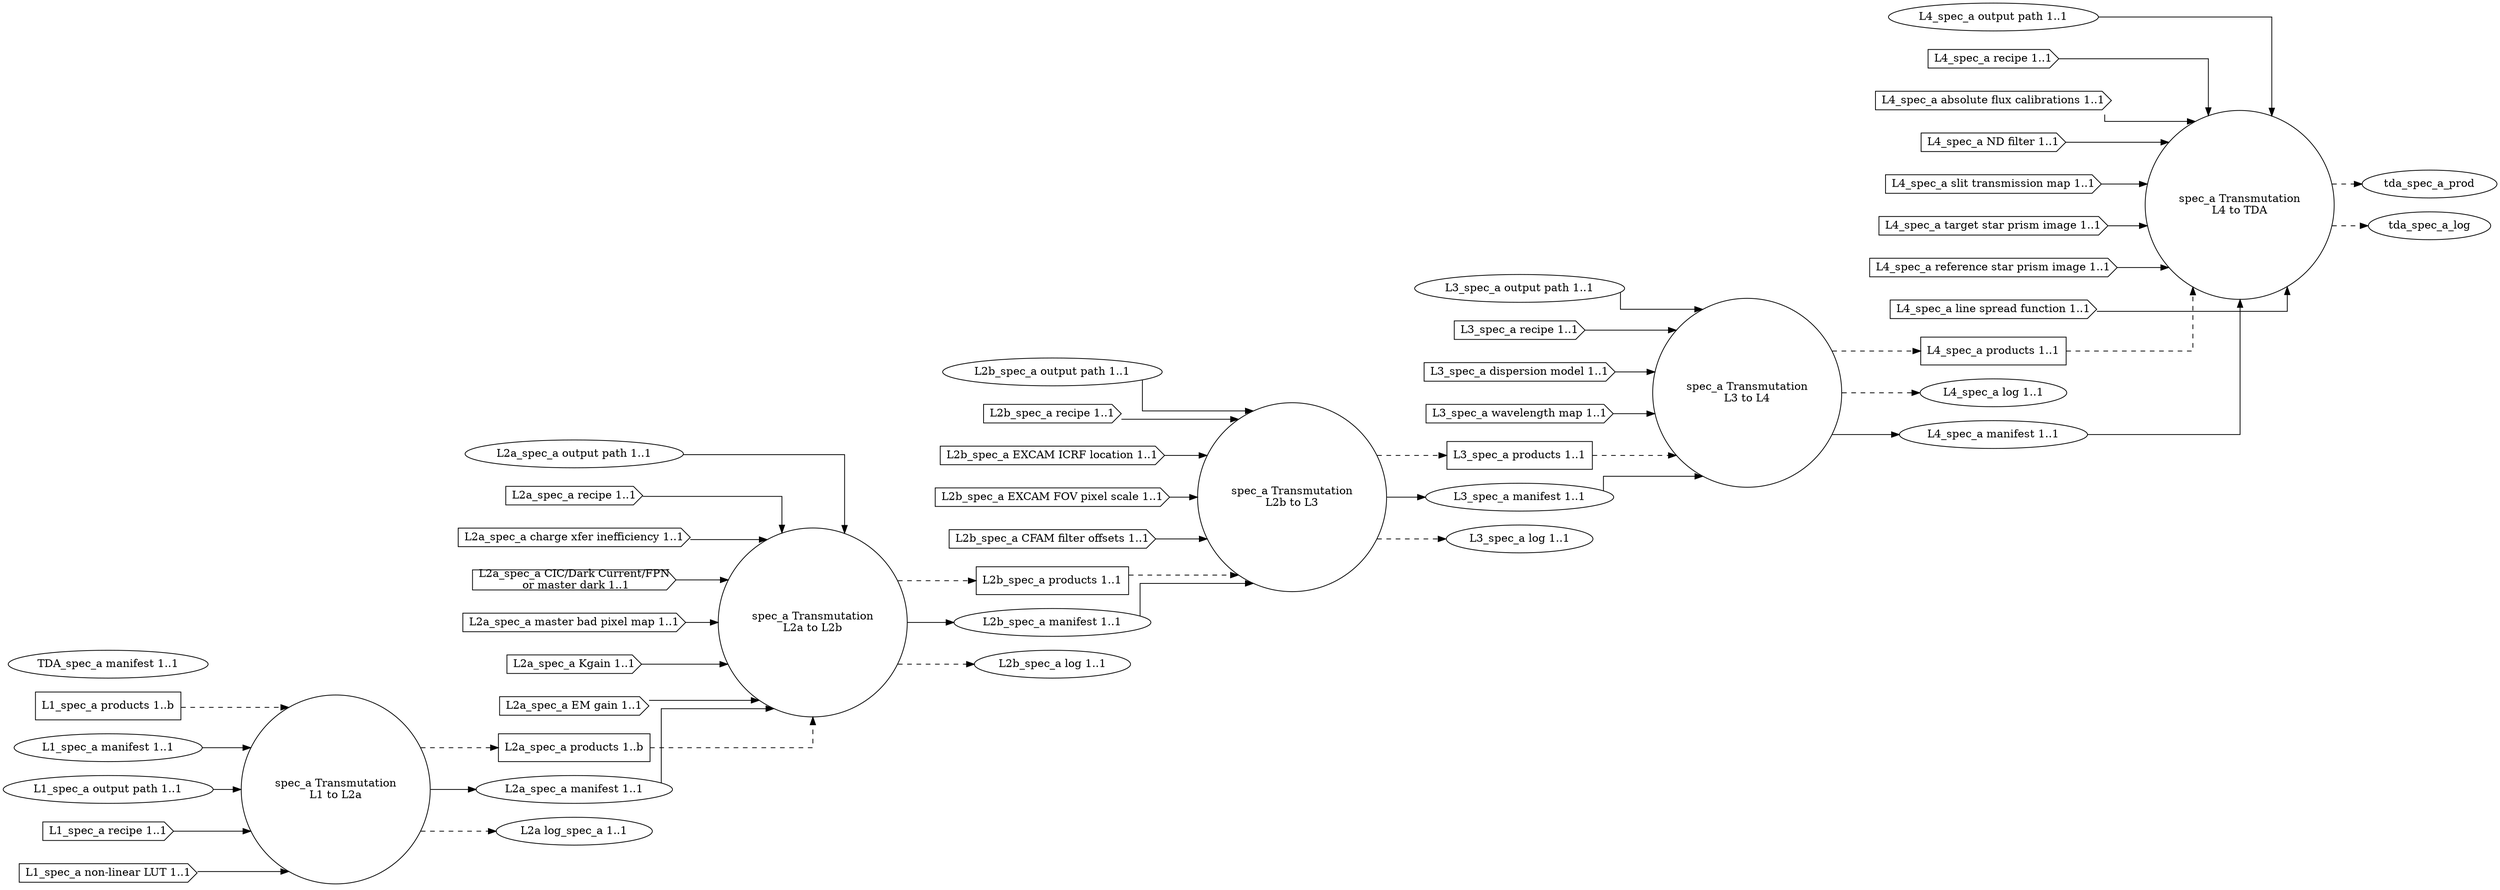
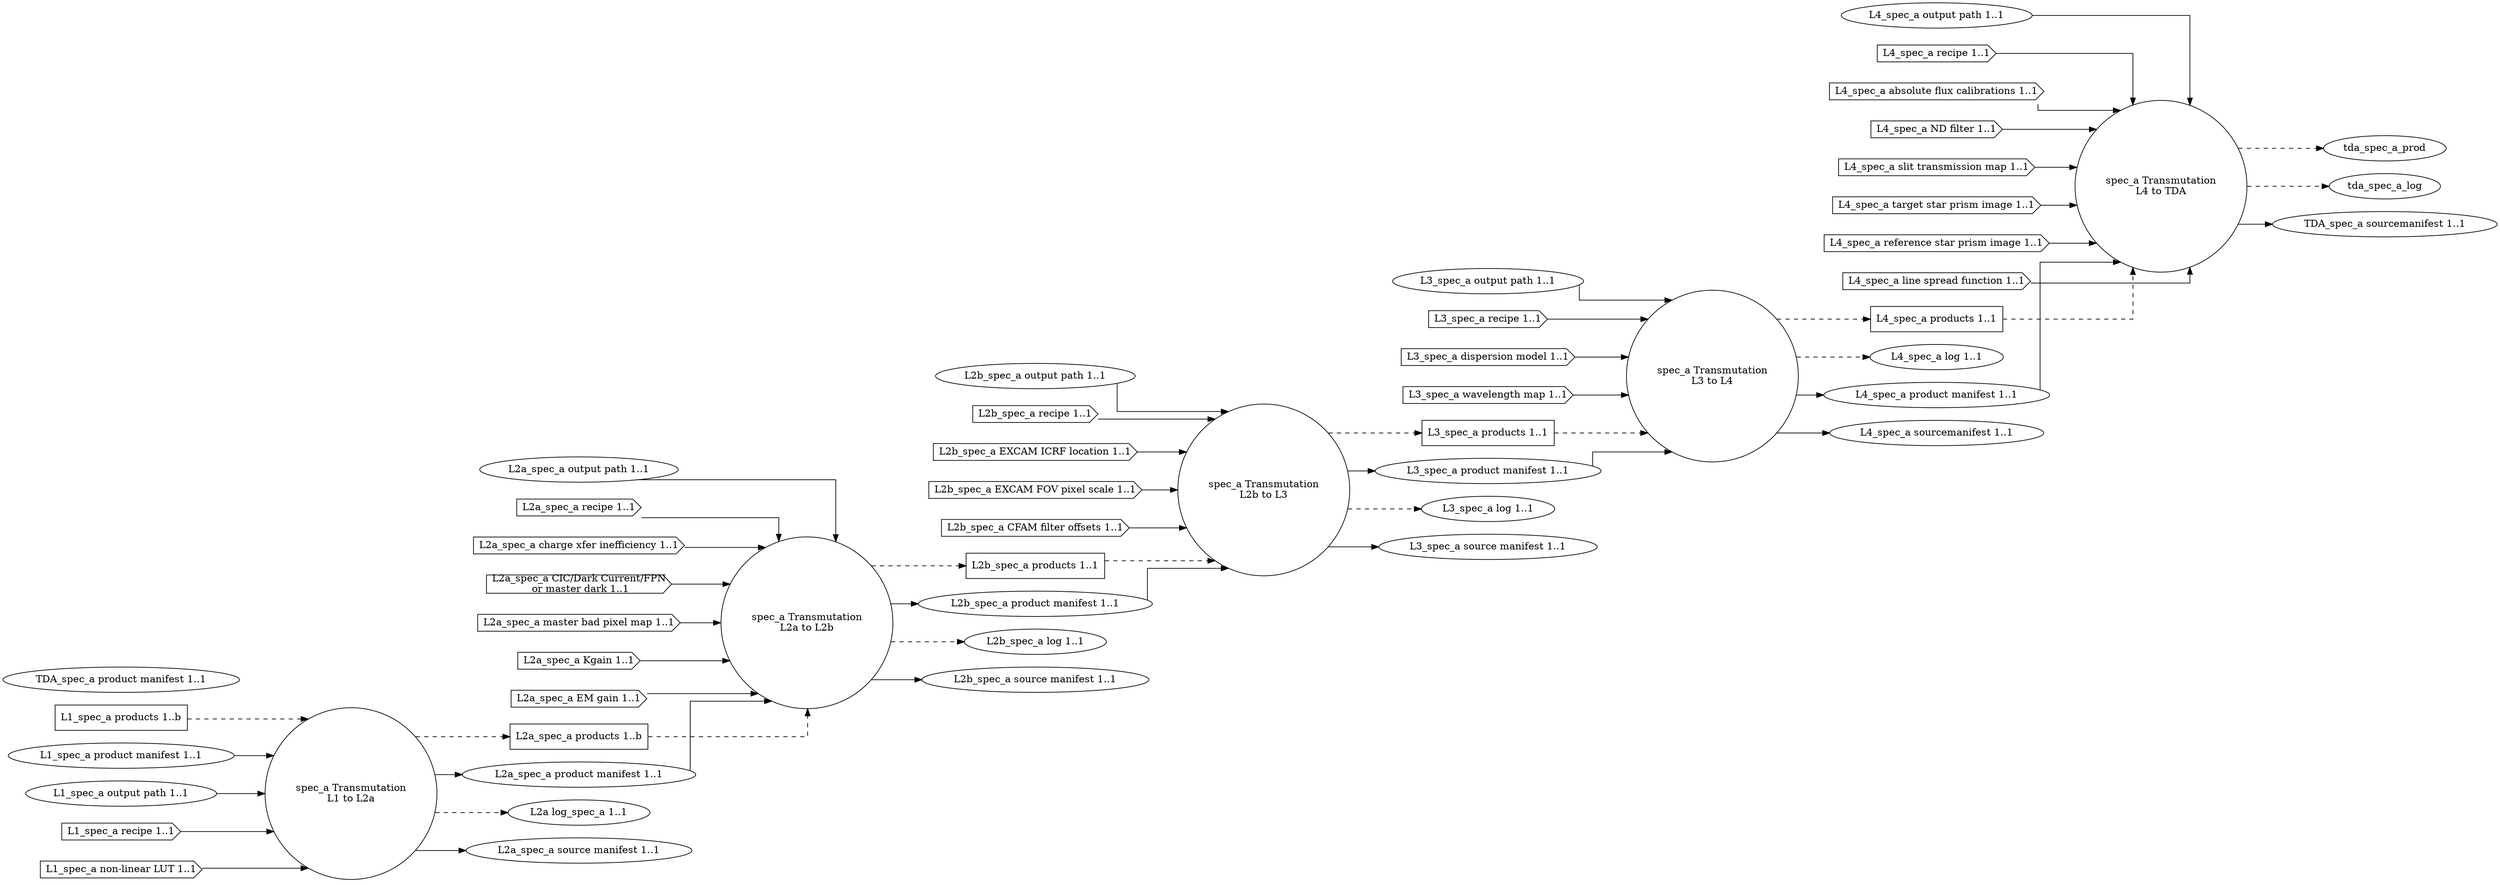
digraph SpectroscopyAnalog {
graph [splines="ortho", rankdir=LR];
trans_spec_a_l1_l2a [label="spec_a Transmutation\nL1 to L2a", shape="circle", runname="l1.transmutation_spec_a", runtype="dawgie.Algorithm", fsmtype="dip.base.Runner"];
trans_spec_a_l2a_l2b [label="spec_a Transmutation\nL2a to L2b", shape="circle", runname="l2a.transmutation_spec_a", runtype="dawgie.Algorithm", fsmtype="dip.base.Runner"];
trans_spec_a_l2b_l3 [label="spec_a Transmutation\nL2b to L3", shape="circle", runname="l2b.transmutation_spec_a", runtype="dawgie.Algorithm", fsmtype="dip.base.Runner"];
trans_spec_a_l3_l4 [label="spec_a Transmutation\nL3 to L4", shape="circle", runname="l3.transmutation_spec_a", runtype="dawgie.Algorithm", fsmtype="dip.base.Runner"];
trans_spec_a_l4_tda [label="spec_a Transmutation\nL4 to TDA", shape="circle", runname="l4.transmutation_spec_a", runtype="dawgie.Algorithm", fsmtype="dip.base.Runner"];
l1_spec_a_prod [label="L1_spec_a products 1..b", shape="rectangle"];
- l1_spec_a_man [label="L1_spec_a manifest 1..1", shape="ellipse"];
+ l1_spec_a_man [label="L1_spec_a product manifest 1..1", shape="ellipse"];
l1_spec_a_odir [label="L1_spec_a output path 1..1", shape="ellipse"];
l1_spec_a_rec [label="L1_spec_a recipe 1..1", shape="cds"];
l1_spec_a_nllut [label="L1_spec_a non-linear LUT 1..1", shape="cds"];
l2a_spec_a_prod [label="L2a_spec_a products 1..b", shape="rectangle"];
- l2a_spec_a_man [label="L2a_spec_a manifest 1..1", shape="ellipse", valname="l1.transmutation_spec_a.product.manifest", valtype="dip.base.Manifest"];
+ l2a_spec_a_man [label="L2a_spec_a product manifest 1..1", shape="ellipse", valname="l1.transmutation_spec_a.product.manifest", valtype="dip.base.Manifest"];
l2a_spec_a_odir [label="L2a_spec_a output path 1..1", shape="ellipse"];
l2a_spec_a_rec [label="L2a_spec_a recipe 1..1", shape="cds"];
l2a_spec_a_cti [label="L2a_spec_a charge xfer inefficiency 1..1", shape="cds"];
l2a_spec_a_dnb [label="L2a_spec_a CIC/Dark Current/FPN\n or master dark 1..1", shape="cds"];
l2a_spec_a_mbpm [label="L2a_spec_a master bad pixel map 1..1", shape="cds"];
l2a_spec_a_kgain [label="L2a_spec_a Kgain 1..1", shape="cds"];
l2a_spec_a_emg [label="L2a_spec_a EM gain 1..1", shape="cds"];
l2a_spec_a_log [label="L2a log_spec_a 1..1", shape="ellipse"];
l2b_spec_a_prod [label="L2b_spec_a products 1..1", shape="rectangle"];
- l2b_spec_a_man [label="L2b_spec_a manifest 1..1", shape="ellipse", valname="l2a.transmutation_spec_a.product.manifest", valtype="dip.base.Manifest"];
+ l2b_spec_a_man [label="L2b_spec_a product manifest 1..1", shape="ellipse", valname="l2a.transmutation_spec_a.product.manifest", valtype="dip.base.Manifest"];
l2b_spec_a_odir [label="L2b_spec_a output path 1..1", shape="ellipse"];
l2b_spec_a_rec [label="L2b_spec_a recipe 1..1", shape="cds"];
l2b_spec_a_excicrf [label="L2b_spec_a EXCAM ICRF location 1..1", shape="cds"];
l2b_spec_a_excfovps [label="L2b_spec_a EXCAM FOV pixel scale 1..1", shape="cds"];
l2b_spec_a_cfamfo [label="L2b_spec_a CFAM filter offsets 1..1", shape="cds"];
l2b_spec_a_log [label="L2b_spec_a log 1..1", shape="ellipse"];
l3_spec_a_prod [label="L3_spec_a products 1..1", shape="rectangle"];
l3_spec_a_odir [label="L3_spec_a output path 1..1", shape="ellipse"];
- l3_spec_a_man [label="L3_spec_a manifest 1..1", shape="ellipse", valname="l2b.transmutation_spec_a.product.manifest", valtype="dip.base.Manifest"];
+ l3_spec_a_man [label="L3_spec_a product manifest 1..1", shape="ellipse", valname="l2b.transmutation_spec_a.product.manifest", valtype="dip.base.Manifest"];
l3_spec_a_rec [label="L3_spec_a recipe 1..1", shape="cds"];
l3_spec_a_dispm [label="L3_spec_a dispersion model 1..1", shape="cds"];
l3_spec_a_wavem [label="L3_spec_a wavelength map 1..1", shape="cds"];
l3_spec_a_log [label="L3_spec_a log 1..1", shape="ellipse"];
l4_spec_a_prod [label="L4_spec_a products 1..1", shape="rectangle"];
l4_spec_a_odir [label="L4_spec_a output path 1..1", shape="ellipse"];
l4_spec_a_log [label="L4_spec_a log 1..1", shape="ellipse"];
- l4_spec_a_man [label="L4_spec_a manifest 1..1", shape="ellipse", valname="l3.transmutation_spec_a.product.manifest", valtype="dip.base.Manifest"];
+ l4_spec_a_man [label="L4_spec_a product manifest 1..1", shape="ellipse", valname="l3.transmutation_spec_a.product.manifest", valtype="dip.base.Manifest"];
l4_spec_a_rec [label="L4_spec_a recipe 1..1", shape="cds"];
l4_spec_a_afcal [label="L4_spec_a absolute flux calibrations 1..1", shape="cds"];
l4_spec_a_ndfilt [label="L4_spec_a ND filter 1..1", shape="cds"];
l4_spec_a_stmap [label="L4_spec_a slit transmission map 1..1", shape="cds"];
l4_spec_a_tspi [label="L4_spec_a target star prism image 1..1", shape="cds"];
l4_spec_a_rspi [label="L4_spec_a reference star prism image 1..1", shape="cds"];
l4_spec_a_lsf [label="L4_spec_a line spread function 1..1", shape="cds"];
- tda_spec_a_man [label="TDA_spec_a manifest 1..1", shape="ellipse", valname="l4.transmutation_spec_a.product.manifest", valtype="dip.base.Manifest"];
+ tda_spec_a_man [label="TDA_spec_a product manifest 1..1", shape="ellipse", valname="l4.transmutation_spec_a.product.manifest", valtype="dip.base.Manifest"];
l1_spec_a_prod -> trans_spec_a_l1_l2a [style="dashed"];
l1_spec_a_man -> trans_spec_a_l1_l2a;
l1_spec_a_odir -> trans_spec_a_l1_l2a;
l1_spec_a_rec -> trans_spec_a_l1_l2a;
l1_spec_a_nllut -> trans_spec_a_l1_l2a;
trans_spec_a_l1_l2a -> l2a_spec_a_prod [style="dashed"];
trans_spec_a_l1_l2a -> l2a_spec_a_man;
trans_spec_a_l1_l2a -> l2a_spec_a_log [style="dashed"];
l2a_spec_a_prod -> trans_spec_a_l2a_l2b [style="dashed"];
l2a_spec_a_odir -> trans_spec_a_l2a_l2b;
l2a_spec_a_rec -> trans_spec_a_l2a_l2b;
l2a_spec_a_cti -> trans_spec_a_l2a_l2b;
l2a_spec_a_dnb -> trans_spec_a_l2a_l2b;
l2a_spec_a_mbpm -> trans_spec_a_l2a_l2b;
l2a_spec_a_emg -> trans_spec_a_l2a_l2b;
l2a_spec_a_kgain -> trans_spec_a_l2a_l2b;
trans_spec_a_l2a_l2b -> l2b_spec_a_prod [style="dashed"];
trans_spec_a_l2a_l2b -> l2b_spec_a_man;
trans_spec_a_l2a_l2b -> l2b_spec_a_log [style="dashed"];
l2a_spec_a_man -> trans_spec_a_l2a_l2b;
l2b_spec_a_prod -> trans_spec_a_l2b_l3 [style="dashed"];
l2b_spec_a_man -> trans_spec_a_l2b_l3;
l2b_spec_a_odir -> trans_spec_a_l2b_l3;
l2b_spec_a_rec -> trans_spec_a_l2b_l3;
l2b_spec_a_excicrf -> trans_spec_a_l2b_l3;
l2b_spec_a_excfovps -> trans_spec_a_l2b_l3;
l2b_spec_a_cfamfo -> trans_spec_a_l2b_l3;
trans_spec_a_l2b_l3 -> l3_spec_a_prod [style="dashed"];
trans_spec_a_l2b_l3 -> l3_spec_a_man;
trans_spec_a_l2b_l3 -> l3_spec_a_log [style="dashed"];
l3_spec_a_prod -> trans_spec_a_l3_l4 [style="dashed"];
l3_spec_a_man -> trans_spec_a_l3_l4;
l3_spec_a_odir -> trans_spec_a_l3_l4;
l3_spec_a_rec -> trans_spec_a_l3_l4;
l3_spec_a_dispm -> trans_spec_a_l3_l4;
l3_spec_a_wavem -> trans_spec_a_l3_l4;
trans_spec_a_l3_l4 -> l4_spec_a_prod [style="dashed"];
trans_spec_a_l3_l4 -> l4_spec_a_log [style="dashed"];
trans_spec_a_l3_l4 -> l4_spec_a_man;
l4_spec_a_prod -> trans_spec_a_l4_tda [style="dashed"];
l4_spec_a_man -> trans_spec_a_l4_tda;
l4_spec_a_odir -> trans_spec_a_l4_tda;
l4_spec_a_rec -> trans_spec_a_l4_tda;
l4_spec_a_afcal -> trans_spec_a_l4_tda;
l4_spec_a_ndfilt -> trans_spec_a_l4_tda;
l4_spec_a_stmap -> trans_spec_a_l4_tda;
l4_spec_a_tspi -> trans_spec_a_l4_tda;
l4_spec_a_rspi -> trans_spec_a_l4_tda;
l4_spec_a_lsf -> trans_spec_a_l4_tda;
trans_spec_a_l4_tda -> tda_spec_a_prod [style="dashed"];
trans_spec_a_l4_tda -> tda_spec_a_log [style="dashed"];
+ 
+ l2a_spec_a_src [label="L2a_spec_a source manifest 1..1", shape="ellipse", valname="l1.transmutation_spec_a.source.manifest", valtype="dip.base.Manifest"];
+ l2b_spec_a_src [label="L2b_spec_a source manifest 1..1", shape="ellipse", valname="l2a.transmutation_spec_a.source.manifest", valtype="dip.base.Manifest"];
+ l3_spec_a_src [label="L3_spec_a source manifest 1..1", shape="ellipse", valname="l2b.transmutation_spec_a.source.manifest", valtype="dip.base.Manifest"];
+ l4_spec_a_src [label="L4_spec_a sourcemanifest 1..1", shape="ellipse", valname="l3.transmutation_spec_a.source.manifest", valtype="dip.base.Manifest"];
+ tda_spec_a_src [label="TDA_spec_a sourcemanifest 1..1", shape="ellipse", valname="l4.transmutation_spec_a.source.manifest", valtype="dip.base.Manifest"];
+ trans_spec_a_l1_l2a -> l2a_spec_a_src;
+ trans_spec_a_l2a_l2b -> l2b_spec_a_src;
+ trans_spec_a_l2b_l3 -> l3_spec_a_src;
+ trans_spec_a_l3_l4 -> l4_spec_a_src;
+ trans_spec_a_l4_tda -> tda_spec_a_src;
}
